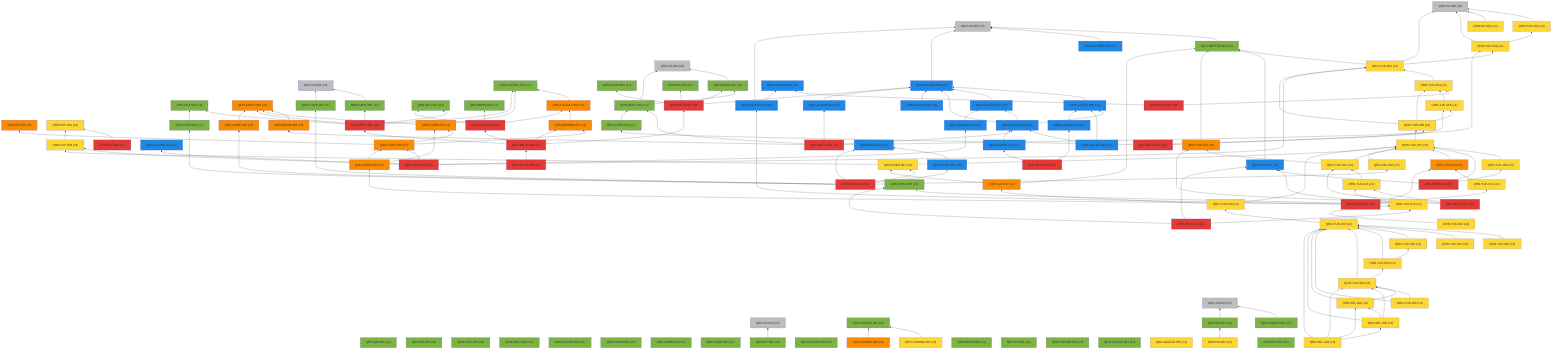
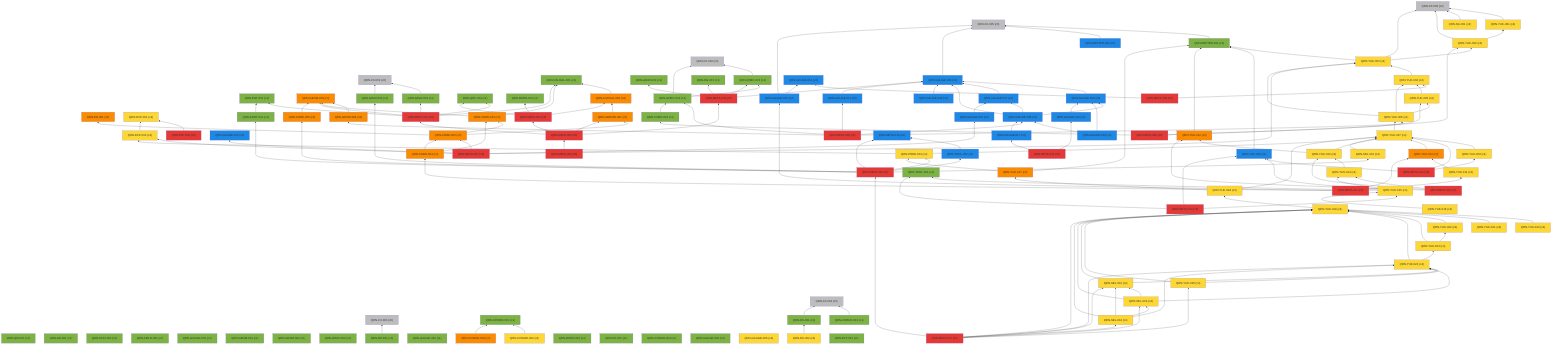
%% 自動生成 (dag/report.pl) — QRN 主張依存グラフ
graph BT
  QRN_C0_001["QRN-C0-001 (c0)"]:::c0
  QRN_C0_002["QRN-C0-002 (c0)"]:::c0
  QRN_C0_003["QRN-C0-003 (c0)"]:::c0
  QRN_C0_004["QRN-C0-004 (c0)"]:::c0
  QRN_C0_005["QRN-C0-005 (c0)"]:::c0
  QRN_C0_006["QRN-C0-006 (c0)"]:::c0
  QRN_QM_001["QRN-QM-001 (c1)"]:::c1
  QRN_GR_001["QRN-GR-001 (c1)"]:::c1
  QRN_STAT_001["QRN-STAT-001 (c1)"]:::c1
  QRN_FIELD_001["QRN-FIELD-001 (c1)"]:::c1
  QRN_GAUGE_001["QRN-GAUGE-001 (c1)"]:::c1
  QRN_ENT_001["QRN-ENT-001 (c1)"]:::c1
  QRN_GEOM_001["QRN-GEOM-001 (c1)"]:::c1
  QRN_GEOM_002["QRN-GEOM-002 (c1)"]:::c1
  QRN_GEOM_003["QRN-GEOM-003 (c3)"]:::c3
  QRN_GRAV_001["QRN-GRAV-001 (c1)"]:::c1
  QRN_GRAV_002["QRN-GRAV-002 (c1)"]:::c1
  QRN_BH_001["QRN-BH-001 (c1)"]:::c1
  QRN_CAUSAL_001["QRN-CAUSAL-001 (c1)"]:::c1
  QRN_CAUSAL_002["QRN-CAUSAL-002 (c3)"]:::c3
  QRN_ER_001["QRN-ER-001 (c3)"]:::c3
  QRN_QEC_001["QRN-QEC-001 (c1)"]:::c1
  QRN_GAUGE_002["QRN-GAUGE-002 (c1)"]:::c1
  QRN_COSMO_001["QRN-COSMO-001 (c1)"]:::c1
  QRN_COSMO_002["QRN-COSMO-002 (c4)"]:::c4
  QRN_COSMO_003["QRN-COSMO-003 (c3)"]:::c3
  QRN_BORN_001["QRN-BORN-001 (c1)"]:::c1
  QRN_BORN_002["QRN-BORN-002 (c1)"]:::c1
  QRN_GRAV_003["QRN-GRAV-003 (c1)"]:::c1
  QRN_KK_001["QRN-KK-001 (c1)"]:::c1
  QRN_MATTER_001["QRN-MATTER-001 (c1)"]:::c1
  QRN_MATTER_002["QRN-MATTER-002 (c2)"]:::c2
  QRN_COSMO_004["QRN-COSMO-004 (c1)"]:::c1
  QRN_EXP_001["QRN-EXP-001 (c4)"]:::c4
  QRN_GAUGE_003["QRN-GAUGE-003 (c2)"]:::c2
  QRN_GAUGE_004["QRN-GAUGE-004 (c1)"]:::c1
  QRN_GAUGE_005["QRN-GAUGE-005 (c4)"]:::c4
  QRN_YUK_001["QRN-YUK-001 (c4)"]:::c4
  QRN_RG_001["QRN-RG-001 (c1)"]:::c1
  QRN_UNRUH_001["QRN-UNRUH-001 (c1)"]:::c1
  QRN_QNEC_001["QRN-QNEC-001 (c1)"]:::c1
  QRN_NU_001["QRN-NU-001 (c4)"]:::c4
  QRN_GAUGE_006["QRN-GAUGE-006 (c2)"]:::c2
  QRN_DS_001["QRN-DS-001 (c1)"]:::c1
  QRN_DS_002["QRN-DS-002 (c4)"]:::c4
  QRN_ARROW_001["QRN-ARROW-001 (c3)"]:::c3
  QRN_GAUGE_007["QRN-GAUGE-007 (c2)"]:::c2
  QRN_EFT_001["QRN-EFT-001 (c1)"]:::c1
  QRN_GAUGE_008["QRN-GAUGE-008 (c2)"]:::c2
  QRN_GAUGE_009["QRN-GAUGE-009 (c2)"]:::c2
  QRN_GAUGE_010["QRN-GAUGE-010 (c2)"]:::c2
  QRN_QNEC_002["QRN-QNEC-002 (c1)"]:::c1
  QRN_GEOM_004["QRN-GEOM-004 (c3)"]:::c3
  QRN_YUK_002["QRN-YUK-002 (c4)"]:::c4
  QRN_EXP_002["QRN-EXP-002 (c5)"]:::c5
  QRN_CORE_001["QRN-CORE-001 (c3)"]:::c3
  QRN_GAUGE_011["QRN-GAUGE-011 (c2)"]:::c2
  QRN_GAUGE_012["QRN-GAUGE-012 (c2)"]:::c2
  QRN_YUK_003["QRN-YUK-003 (c4)"]:::c4
  QRN_EXP_003["QRN-EXP-003 (c4)"]:::c4
  QRN_CORE_002["QRN-CORE-002 (c3)"]:::c3
  QRN_GAUGE_013["QRN-GAUGE-013 (c2)"]:::c2
  QRN_YUK_004["QRN-YUK-004 (c4)"]:::c4
  QRN_GAUGE_014["QRN-GAUGE-014 (c2)"]:::c2
  QRN_META_001["QRN-META-001 (c5)"]:::c5
  QRN_META_002["QRN-META-002 (c5)"]:::c5
  QRN_META_003["QRN-META-003 (c5)"]:::c5
  QRN_META_004["QRN-META-004 (c5)"]:::c5
  QRN_META_005["QRN-META-005 (c5)"]:::c5
  QRN_META_006["QRN-META-006 (c5)"]:::c5
  QRN_META_007["QRN-META-007 (c5)"]:::c5
  QRN_META_008["QRN-META-008 (c5)"]:::c5
  QRN_YUK_005["QRN-YUK-005 (c4)"]:::c4
  QRN_YUK_006["QRN-YUK-006 (c4)"]:::c4
  QRN_CORE_003["QRN-CORE-003 (c1)"]:::c1
  QRN_META_009["QRN-META-009 (c5)"]:::c5
  QRN_YUK_007["QRN-YUK-007 (c4)"]:::c4
  QRN_YUK_008["QRN-YUK-008 (c4)"]:::c4
  QRN_YUK_009["QRN-YUK-009 (c2)"]:::c2
  QRN_META_010["QRN-META-010 (c5)"]:::c5
  QRN_GAUGE_015["QRN-GAUGE-015 (c2)"]:::c2
  QRN_YUK_010["QRN-YUK-010 (c3)"]:::c3
  QRN_YUK_011["QRN-YUK-011 (c4)"]:::c4
  QRN_CORE_004["QRN-CORE-004 (c3)"]:::c3
  QRN_META_011["QRN-META-011 (c5)"]:::c5
  QRN_YUK_012["QRN-YUK-012 (c3)"]:::c3
  QRN_YUK_013["QRN-YUK-013 (c4)"]:::c4
  QRN_YUK_014["QRN-YUK-014 (c4)"]:::c4
  QRN_META_012["QRN-META-012 (c5)"]:::c5
  QRN_TOOL_001["QRN-TOOL-001 (c1)"]:::c1
  QRN_YUK_015["QRN-YUK-015 (c4)"]:::c4
  QRN_META_013["QRN-META-013 (c5)"]:::c5
  QRN_GAUGE_016["QRN-GAUGE-016 (c2)"]:::c2
  QRN_GAUGE_017["QRN-GAUGE-017 (c2)"]:::c2
  QRN_META_014["QRN-META-014 (c5)"]:::c5
  QRN_META_015["QRN-META-015 (c2)"]:::c2
  QRN_TOOL_002["QRN-TOOL-002 (c2)"]:::c2
  QRN_CORE_005["QRN-CORE-005 (c3)"]:::c3
  QRN_CONT_001["QRN-CONT-001 (c1)"]:::c1
  QRN_SEL_001["QRN-SEL-001 (c4)"]:::c4
  QRN_GRAV_004["QRN-GRAV-004 (c1)"]:::c1
  QRN_PRED_001["QRN-PRED-001 (c4)"]:::c4
  QRN_META_016["QRN-META-016 (c5)"]:::c5
  QRN_YUK_016["QRN-YUK-016 (c4)"]:::c4
  QRN_YUK_017["QRN-YUK-017 (c3)"]:::c3
  QRN_YUK_018["QRN-YUK-018 (c4)"]:::c4
  QRN_YUK_019["QRN-YUK-019 (c4)"]:::c4
  QRN_YUK_020["QRN-YUK-020 (c4)"]:::c4
  QRN_YUK_021["QRN-YUK-021 (c4)"]:::c4
  QRN_YUK_022["QRN-YUK-022 (c4)"]:::c4
  QRN_YUK_023["QRN-YUK-023 (c4)"]:::c4
  QRN_YUK_024["QRN-YUK-024 (c4)"]:::c4
  QRN_YUK_025["QRN-YUK-025 (c4)"]:::c4
  QRN_SEL_002["QRN-SEL-002 (c4)"]:::c4
  QRN_SEL_003["QRN-SEL-003 (c4)"]:::c4
  QRN_SEL_004["QRN-SEL-004 (c4)"]:::c4
+   QRN_META_017["QRN-META-017 (c5)"]:::c5
  QRN_GRAV_001 --> QRN_C0_001
  QRN_BH_001 --> QRN_C0_003
  QRN_CAUSAL_002 --> QRN_CAUSAL_001
  QRN_COSMO_002 --> QRN_COSMO_001
  QRN_COSMO_003 --> QRN_COSMO_001
  QRN_MATTER_001 --> QRN_C0_005
  QRN_MATTER_002 --> QRN_C0_005
  QRN_GAUGE_003 --> QRN_C0_005
  QRN_YUK_001 --> QRN_C0_006
  QRN_UNRUH_001 --> QRN_C0_004
  QRN_QNEC_001 --> QRN_C0_002
  QRN_NU_001 --> QRN_C0_006
  QRN_GAUGE_006 --> QRN_GAUGE_003
  QRN_DS_001 --> QRN_C0_004
  QRN_DS_002 --> QRN_DS_001
  QRN_ARROW_001 --> QRN_CAUSAL_002
  QRN_GAUGE_007 --> QRN_GAUGE_003
  QRN_GAUGE_008 --> QRN_GAUGE_003
  QRN_GAUGE_008 --> QRN_GAUGE_006
  QRN_GAUGE_008 --> QRN_GAUGE_007
  QRN_GAUGE_009 --> QRN_GAUGE_003
  QRN_GAUGE_010 --> QRN_GAUGE_006
  QRN_GAUGE_010 --> QRN_GAUGE_008
  QRN_QNEC_002 --> QRN_C0_002
  QRN_QNEC_002 --> QRN_QNEC_001
  QRN_GEOM_004 --> QRN_GEOM_003
  QRN_YUK_002 --> QRN_C0_006
  QRN_YUK_002 --> QRN_YUK_001
  QRN_EXP_002 --> QRN_EXP_001
  QRN_CORE_001 --> QRN_GEOM_003
  QRN_CORE_001 --> QRN_CAUSAL_001
  QRN_GAUGE_011 --> QRN_GAUGE_003
  QRN_YUK_003 --> QRN_C0_006
  QRN_YUK_003 --> QRN_MATTER_001
  QRN_YUK_003 --> QRN_YUK_002
  QRN_EXP_003 --> QRN_EXP_001
  QRN_CORE_002 --> QRN_CORE_001
  QRN_CORE_002 --> QRN_ER_001
  QRN_CORE_002 --> QRN_ARROW_001
  QRN_GAUGE_013 --> QRN_GAUGE_007
  QRN_YUK_004 --> QRN_YUK_003
  QRN_META_001 --> QRN_GEOM_003
  QRN_META_001 --> QRN_GRAV_001
  QRN_META_001 --> QRN_CAUSAL_001
  QRN_META_001 --> QRN_QEC_001
  QRN_META_001 --> QRN_ENT_001
  QRN_META_002 --> QRN_QEC_001
  QRN_META_002 --> QRN_BORN_001
  QRN_META_002 --> QRN_CAUSAL_002
  QRN_META_003 --> QRN_GAUGE_003
  QRN_META_003 --> QRN_RG_001
  QRN_META_003 --> QRN_QNEC_001
  QRN_META_003 --> QRN_GRAV_003
  QRN_META_004 --> QRN_META_001
  QRN_META_004 --> QRN_META_002
  QRN_META_004 --> QRN_META_003
  QRN_META_004 --> QRN_ARROW_001
  QRN_META_005 --> QRN_META_004
  QRN_META_006 --> QRN_GAUGE_008
  QRN_META_006 --> QRN_QNEC_002
  QRN_META_006 --> QRN_GEOM_004
  QRN_META_006 --> QRN_YUK_002
  QRN_META_006 --> QRN_GAUGE_011
  QRN_META_007 --> QRN_GAUGE_012
  QRN_META_007 --> QRN_YUK_003
  QRN_META_007 --> QRN_EXP_003
  QRN_META_007 --> QRN_CORE_002
  QRN_META_007 --> QRN_GAUGE_013
  QRN_META_008 --> QRN_YUK_004
  QRN_META_008 --> QRN_GAUGE_014
  QRN_YUK_005 --> QRN_YUK_004
  QRN_YUK_006 --> QRN_YUK_003
  QRN_YUK_006 --> QRN_YUK_004
  QRN_YUK_006 --> QRN_YUK_005
  QRN_CORE_003 --> QRN_QNEC_002
  QRN_META_009 --> QRN_YUK_005
  QRN_META_009 --> QRN_YUK_006
  QRN_META_009 --> QRN_CORE_003
  QRN_YUK_007 --> QRN_YUK_006
  QRN_YUK_008 --> QRN_YUK_007
  QRN_YUK_009 --> QRN_MATTER_001
  QRN_META_010 --> QRN_YUK_007
  QRN_META_010 --> QRN_YUK_008
  QRN_META_010 --> QRN_YUK_009
  QRN_GAUGE_015 --> QRN_C0_005
  QRN_GAUGE_015 --> QRN_GAUGE_014
  QRN_YUK_010 --> QRN_YUK_007
  QRN_YUK_011 --> QRN_YUK_010
  QRN_CORE_004 --> QRN_CORE_001
  QRN_CORE_004 --> QRN_CORE_002
  QRN_META_011 --> QRN_GAUGE_015
  QRN_META_011 --> QRN_YUK_010
  QRN_META_011 --> QRN_YUK_011
  QRN_META_011 --> QRN_CORE_004
  QRN_YUK_012 --> QRN_MATTER_001
  QRN_YUK_013 --> QRN_YUK_012
  QRN_YUK_013 --> QRN_YUK_007
  QRN_YUK_014 --> QRN_YUK_013
  QRN_META_012 --> QRN_YUK_012
  QRN_META_012 --> QRN_YUK_013
  QRN_META_012 --> QRN_YUK_014
  QRN_YUK_015 --> QRN_YUK_014
  QRN_YUK_015 --> QRN_TOOL_001
  QRN_YUK_015 --> QRN_YUK_009
  QRN_META_013 --> QRN_YUK_015
  QRN_META_013 --> QRN_TOOL_001
  QRN_META_013 --> QRN_YUK_009
  QRN_GAUGE_016 --> QRN_GAUGE_006
  QRN_GAUGE_017 --> QRN_GAUGE_008
  QRN_META_014 --> QRN_GAUGE_016
  QRN_META_014 --> QRN_GAUGE_017
  QRN_TOOL_002 --> QRN_META_015
  QRN_CORE_005 --> QRN_GEOM_003
  QRN_CONT_001 --> QRN_ENT_001
  QRN_SEL_001 --> QRN_YUK_007
  QRN_GRAV_004 --> QRN_C0_001
  QRN_PRED_001 --> QRN_YUK_007
  QRN_PRED_001 --> QRN_EXP_003
  QRN_META_016 --> QRN_META_015
  QRN_META_016 --> QRN_TOOL_002
  QRN_META_016 --> QRN_CORE_005
  QRN_META_016 --> QRN_CONT_001
  QRN_META_016 --> QRN_SEL_001
  QRN_META_016 --> QRN_GRAV_004
  QRN_META_016 --> QRN_PRED_001
  QRN_YUK_016 --> QRN_YUK_015
  QRN_YUK_017 --> QRN_MATTER_001
  QRN_YUK_017 --> QRN_PRED_001
  QRN_YUK_018 --> QRN_YUK_017
  QRN_YUK_018 --> QRN_YUK_007
  QRN_YUK_019 --> QRN_YUK_018
  QRN_YUK_020 --> QRN_YUK_019
  QRN_YUK_021 --> QRN_YUK_019
  QRN_YUK_022 --> QRN_YUK_019
  QRN_YUK_023 --> QRN_YUK_019
  QRN_YUK_023 --> QRN_YUK_022
  QRN_YUK_024 --> QRN_YUK_019
  QRN_YUK_024 --> QRN_YUK_023
  QRN_YUK_025 --> QRN_YUK_019
  QRN_YUK_025 --> QRN_YUK_024
  QRN_SEL_002 --> QRN_YUK_019
  QRN_SEL_002 --> QRN_YUK_024
  QRN_SEL_003 --> QRN_YUK_019
  QRN_SEL_003 --> QRN_YUK_024
  QRN_SEL_003 --> QRN_SEL_002
  QRN_SEL_004 --> QRN_YUK_019
  QRN_SEL_004 --> QRN_YUK_024
  QRN_SEL_004 --> QRN_SEL_002
  QRN_SEL_004 --> QRN_SEL_003
+   QRN_META_017 --> QRN_META_016
+   QRN_META_017 --> QRN_YUK_019
+   QRN_META_017 --> QRN_YUK_024
+   QRN_META_017 --> QRN_YUK_025
+   QRN_META_017 --> QRN_SEL_002
+   QRN_META_017 --> QRN_SEL_003
+   QRN_META_017 --> QRN_SEL_004
  classDef c0 fill:#bdbdbd
  classDef c1 fill:#7cb342
  classDef c2 fill:#1e88e5
  classDef c3 fill:#fb8c00
  classDef c4 fill:#fdd835
  classDef c5 fill:#e53935
